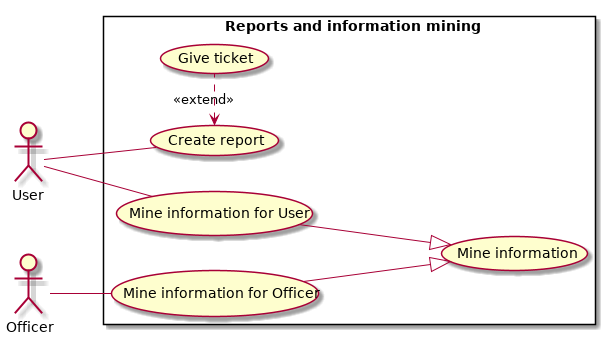
The PlantUML diagram RASD/images/useCases/uc_report_and_information_mining.png in GiorgioUghini/SafeStreets, before a commit.
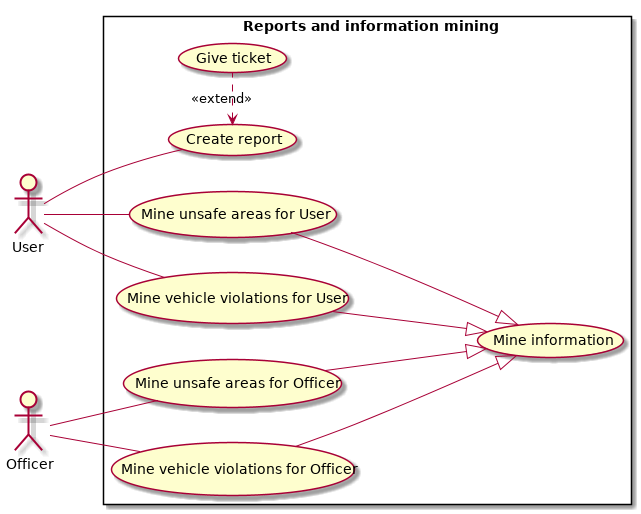
After the commit.

What changed in the source:
```diff
@@ -9,14 +9,20 @@
         (Create report) as CR
         (Give ticket) as GT
         (Mine information) as MI
-        (Mine information for User) as MIU
-        (Mine information for Officer) as MIO
+        (Mine unsafe areas for User) as MIUAU
+        (Mine vehicle violations for User) as MVVU
+        (Mine unsafe areas for Officer) as MIUAO
+        (Mine vehicle violations for Officer) as MVVO
 
         U -- CR
-        U -- MIU
-        O -- MIO
+        U -- MIUAU
+        U -- MVVU
+        O -- MIUAO
+        O -- MVVO
         CR <. GT : <<extend>>
-        MIU --|> MI
-        MIO --|> MI
+        MIUAU --|> MI
+        MVVU --|> MI
+        MIUAO --|> MI
+        MVVO --|> MI
     }
 @enduml
```
